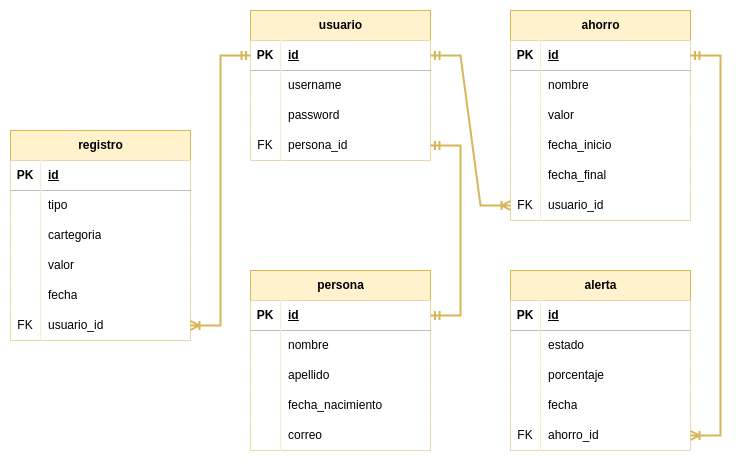
Above: Diagram/DataBase/db.png in Gilgamesh06/FinanceApp (draw.io), before the change. Source tidied: cells renumbered, new cells last; positions are measured from the earlier drawing's top-left corner, leaving out a move shared by most shapes.
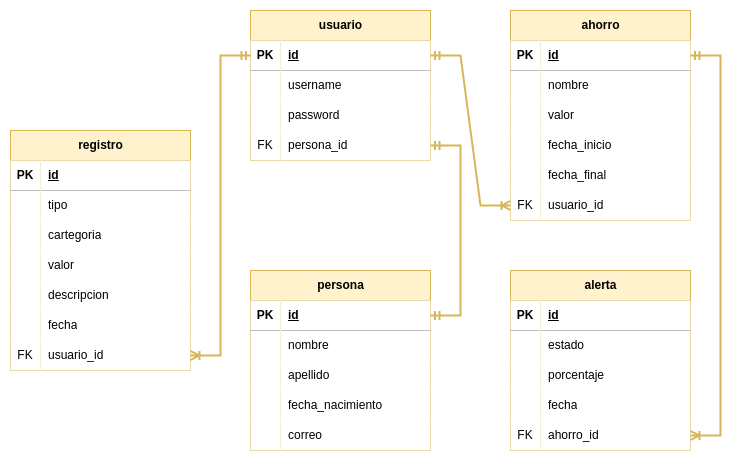
Above is the later version.

Commit message:
Se agrego un nuevo campo descripcion en registro

What changed in the source:
```diff
@@ -90,7 +90,7 @@
       <mxGeometry x="30" width="150" height="30" as="geometry" />
     </mxCell>
     <mxCell id="31" value="registro" style="shape=table;startSize=30;rowLines=0;fontStyle=1;align=center;html=1;fillColor=#fff2cc;strokeColor=#d6b656;" parent="1" vertex="1">
-      <mxGeometry y="120" width="180" height="210" as="geometry" />
+      <mxGeometry y="120" width="180" height="240" as="geometry" />
     </mxCell>
     <mxCell id="32" style="shape=tableRow;horizontal=0;startSize=0;swimlaneHead=0;swimlaneBody=0;fillColor=none;top=0;left=0;right=0;bottom=1;" parent="31" vertex="1">
       <mxGeometry y="30" width="180" height="30" as="geometry" />
@@ -128,8 +128,17 @@
     <mxCell id="43" value="valor" style="shape=partialRectangle;top=0;left=0;bottom=0;right=0;align=left;spacingLeft=6;overflow=hidden;whiteSpace=wrap;html=1;" parent="41" vertex="1">
       <mxGeometry x="30" width="150" height="30" as="geometry" />
     </mxCell>
+    <mxCell id="89" style="shape=tableRow;horizontal=0;startSize=0;swimlaneHead=0;swimlaneBody=0;fillColor=none;top=0;left=0;right=0;bottom=0;" parent="31" vertex="1">
+      <mxGeometry y="150" width="180" height="30" as="geometry" />
+    </mxCell>
+    <mxCell id="90" style="shape=partialRectangle;top=0;left=0;bottom=0;right=0;overflow=hidden;whiteSpace=wrap;html=1;" parent="89" vertex="1">
+      <mxGeometry width="30" height="30" as="geometry" />
+    </mxCell>
+    <mxCell id="91" value="descripcion" style="shape=partialRectangle;top=0;left=0;bottom=0;right=0;align=left;spacingLeft=6;overflow=hidden;whiteSpace=wrap;html=1;" parent="89" vertex="1">
+      <mxGeometry x="30" width="150" height="30" as="geometry" />
+    </mxCell>
     <mxCell id="44" style="shape=tableRow;horizontal=0;startSize=0;swimlaneHead=0;swimlaneBody=0;fillColor=none;top=0;left=0;right=0;bottom=0;" parent="31" vertex="1">
-      <mxGeometry y="150" width="180" height="30" as="geometry" />
+      <mxGeometry y="180" width="180" height="30" as="geometry" />
     </mxCell>
     <mxCell id="45" style="shape=partialRectangle;top=0;left=0;bottom=0;right=0;overflow=hidden;whiteSpace=wrap;html=1;" parent="44" vertex="1">
       <mxGeometry width="30" height="30" as="geometry" />
@@ -138,7 +147,7 @@
       <mxGeometry x="30" width="150" height="30" as="geometry" />
     </mxCell>
     <mxCell id="47" style="shape=tableRow;horizontal=0;startSize=0;swimlaneHead=0;swimlaneBody=0;fillColor=none;points=[[0,0.5],[1,0.5]];portConstraint=eastwest;top=0;left=0;right=0;bottom=0;" parent="31" vertex="1">
-      <mxGeometry y="180" width="180" height="30" as="geometry" />
+      <mxGeometry y="210" width="180" height="30" as="geometry" />
     </mxCell>
     <mxCell id="48" value="FK" style="shape=partialRectangle;top=0;left=0;bottom=0;right=0;overflow=hidden;whiteSpace=wrap;html=1;" parent="47" vertex="1">
       <mxGeometry width="30" height="30" as="geometry" />
```
